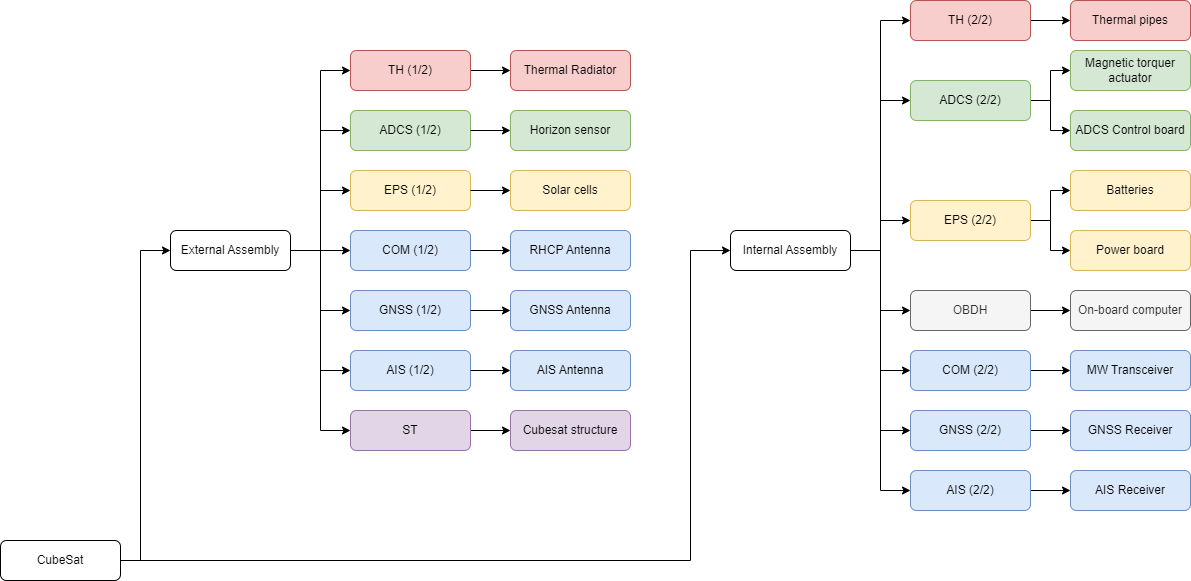
This is assembly-tree.png from javijnb/LPRO_diagrams, a draw.io export, as it was before one commit. Source tidied: cells renumbered, new cells last; positions are measured from the earlier drawing's top-left corner, leaving out a move shared by most shapes.
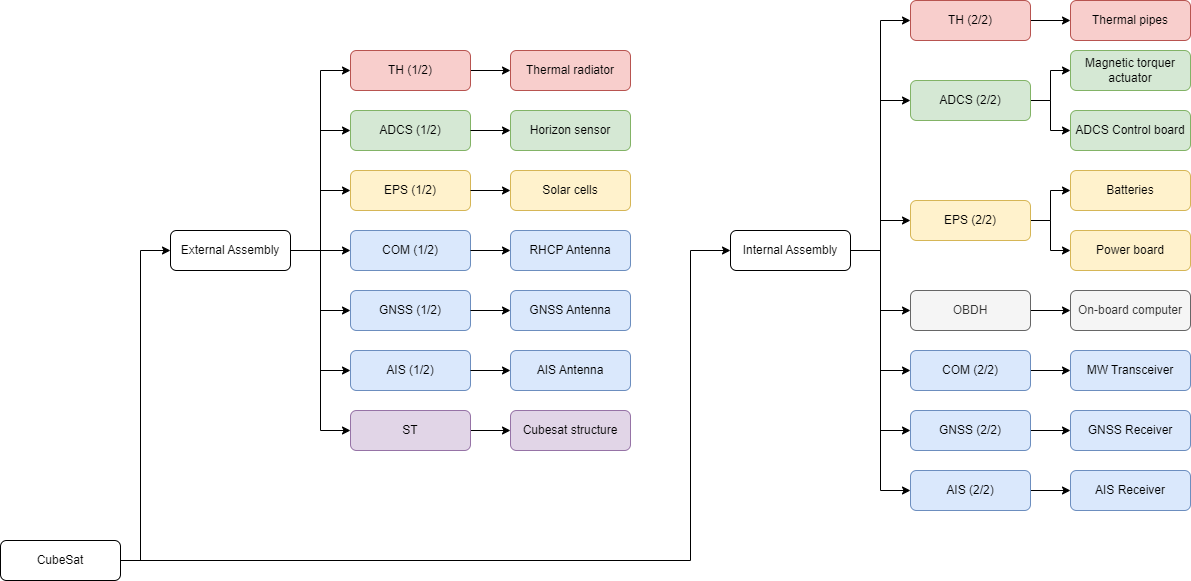
Later version of the same file.

What changed in the source:
```diff
@@ -99,7 +99,7 @@
     <mxCell id="30" value="Thermal pipes" style="rounded=1;whiteSpace=wrap;html=1;fillColor=#f8cecc;strokeColor=#b85450;" parent="1" vertex="1">
       <mxGeometry x="1070" width="120" height="40" as="geometry" />
     </mxCell>
-    <mxCell id="31" value="Thermal Radiator" style="rounded=1;whiteSpace=wrap;html=1;fillColor=#f8cecc;strokeColor=#b85450;" parent="1" vertex="1">
+    <mxCell id="31" value="Thermal radiator" style="rounded=1;whiteSpace=wrap;html=1;fillColor=#f8cecc;strokeColor=#b85450;" parent="1" vertex="1">
       <mxGeometry x="510" y="50" width="120" height="40" as="geometry" />
     </mxCell>
     <mxCell id="32" value="GNSS Receiver" style="rounded=1;whiteSpace=wrap;html=1;fillColor=#dae8fc;strokeColor=#6c8ebf;" parent="1" vertex="1">
```
